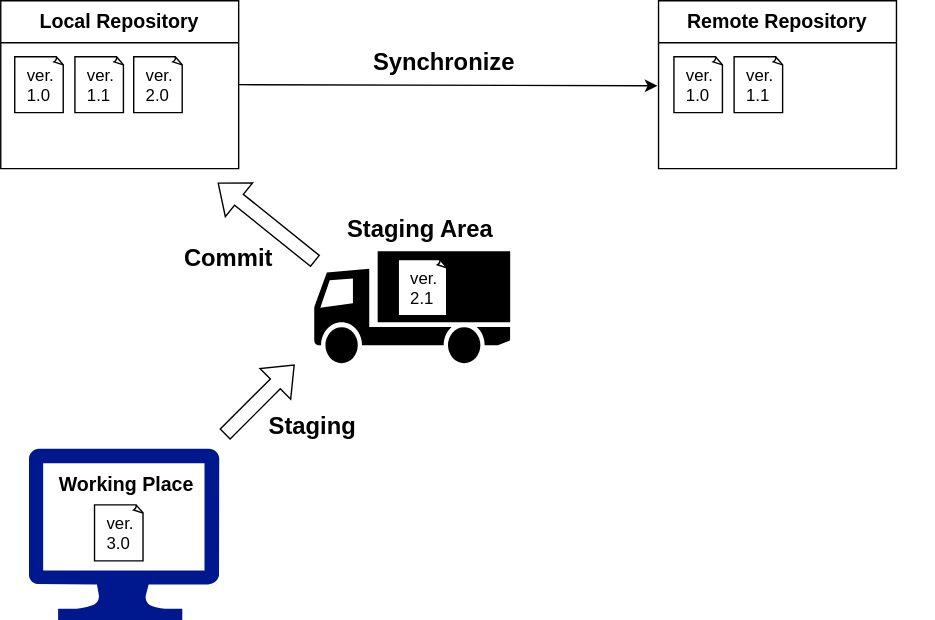
The draw.io diagram git/img/GitHubFlow_1.svg in RubySafi/tech-notes, before a commit. Source tidied: cells renumbered, new cells last; positions are measured from the earlier drawing's top-left corner, leaving out a move shared by most shapes.
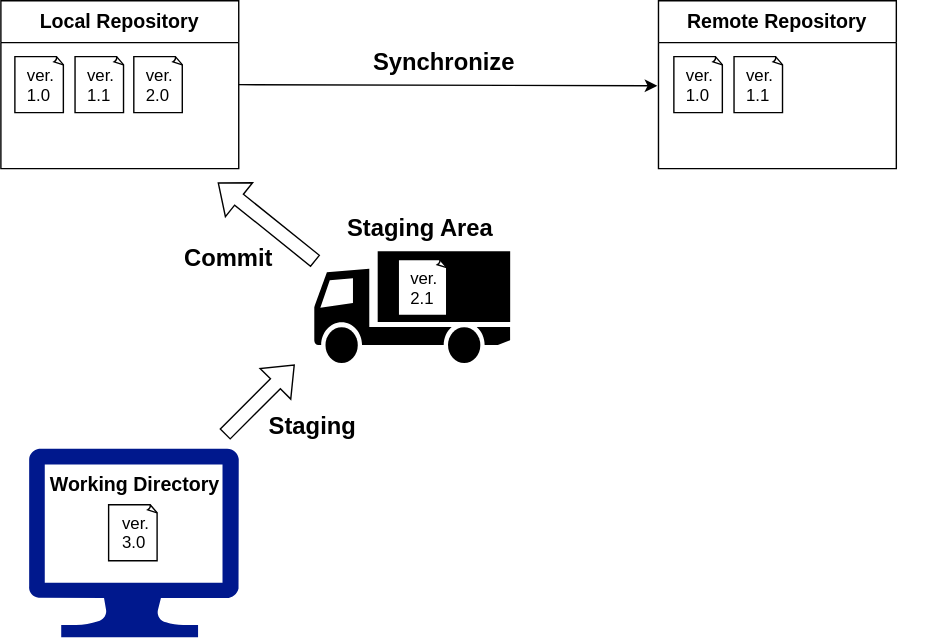
After the change.

Diff of the diagram source:
```diff
@@ -21,22 +21,22 @@
       <mxGeometry x="264" y="30" width="106" height="30" as="geometry" />
     </mxCell>
     <mxCell id="7" style="group;" parent="1" vertex="1">
-      <mxGeometry x="20" y="320" width="190" height="122.5" as="geometry" />
+      <mxGeometry x="20" y="320" width="190" height="135" as="geometry" />
     </mxCell>
     <mxCell id="8" style="whiteSpace=wrap;html=1;shape=mxgraph.basic.document;" parent="7" vertex="1">
-      <mxGeometry x="47" y="40.2" width="35" height="40" as="geometry" />
+      <mxGeometry x="57" y="40.2" width="35" height="40" as="geometry" />
     </mxCell>
     <mxCell id="9" style="group;" parent="7" vertex="1">
-      <mxGeometry width="190" height="122.5" as="geometry" />
+      <mxGeometry width="190" height="135" as="geometry" />
     </mxCell>
     <mxCell id="10" style="sketch=0;shadow=0;dashed=0;html=1;strokeColor=none;labelPosition=center;verticalLabelPosition=bottom;verticalAlign=top;align=center;fillColor=#00188D;shape=mxgraph.azure.computer;" parent="9" vertex="1">
-      <mxGeometry width="136.1" height="122.5" as="geometry" />
+      <mxGeometry width="150" height="135" as="geometry" />
     </mxCell>
-    <mxCell id="11" value="&lt;b&gt;&lt;font style=&quot;font-size: 14px;&quot;&gt;Working Place&lt;/font&gt;&lt;/b&gt;" style="text;html=1;align=center;verticalAlign=middle;whiteSpace=wrap;rounded=0;" parent="9" vertex="1">
-      <mxGeometry x="17" y="11.2" width="106" height="30" as="geometry" />
+    <mxCell id="11" value="&lt;b&gt;&lt;font style=&quot;font-size: 14px;&quot;&gt;Working Directory&lt;/font&gt;&lt;/b&gt;" style="text;html=1;align=center;verticalAlign=middle;whiteSpace=wrap;rounded=0;" parent="9" vertex="1">
+      <mxGeometry x="11" y="11.2" width="130" height="30" as="geometry" />
     </mxCell>
     <mxCell id="12" value="ver.&amp;nbsp;&lt;div&gt;3.0&lt;/div&gt;" style="text;strokeColor=none;fillColor=none;align=left;verticalAlign=middle;spacingLeft=4;spacingRight=4;overflow=hidden;whiteSpace=wrap;html=1;" parent="9" vertex="1">
-      <mxGeometry x="50" y="44.2" width="60" height="30" as="geometry" />
+      <mxGeometry x="61" y="44.2" width="60" height="30" as="geometry" />
     </mxCell>
     <mxCell id="13" style="group;" parent="1" vertex="1">
       <mxGeometry x="10" y="40" width="186" height="40" as="geometry" />
```
